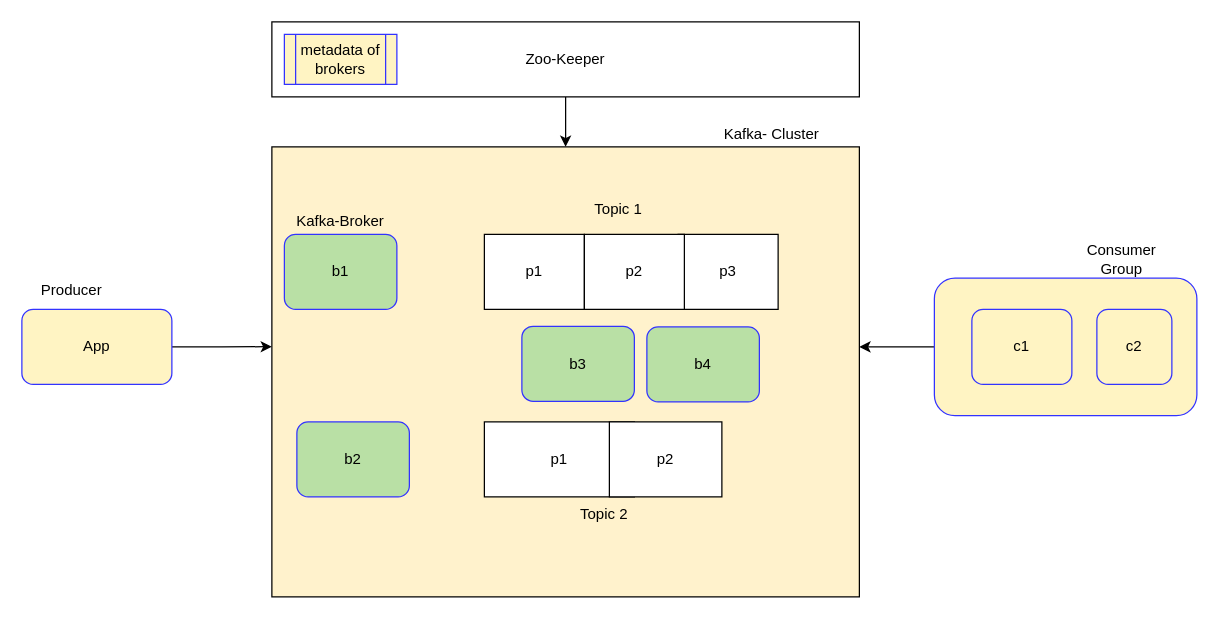
The draw.io diagram page "Page-5" (5 of 6) of Untitled Diagram.drawio in avinash610jha/drawings, before the edit. Source tidied: cells renumbered, new cells numbered last; positions are measured from the earlier drawing's top-left corner, leaving out a move shared by most shapes. Both pictures are drawn from the tidied source at 125%, with x=0, y=0 at pixel (21, 21).
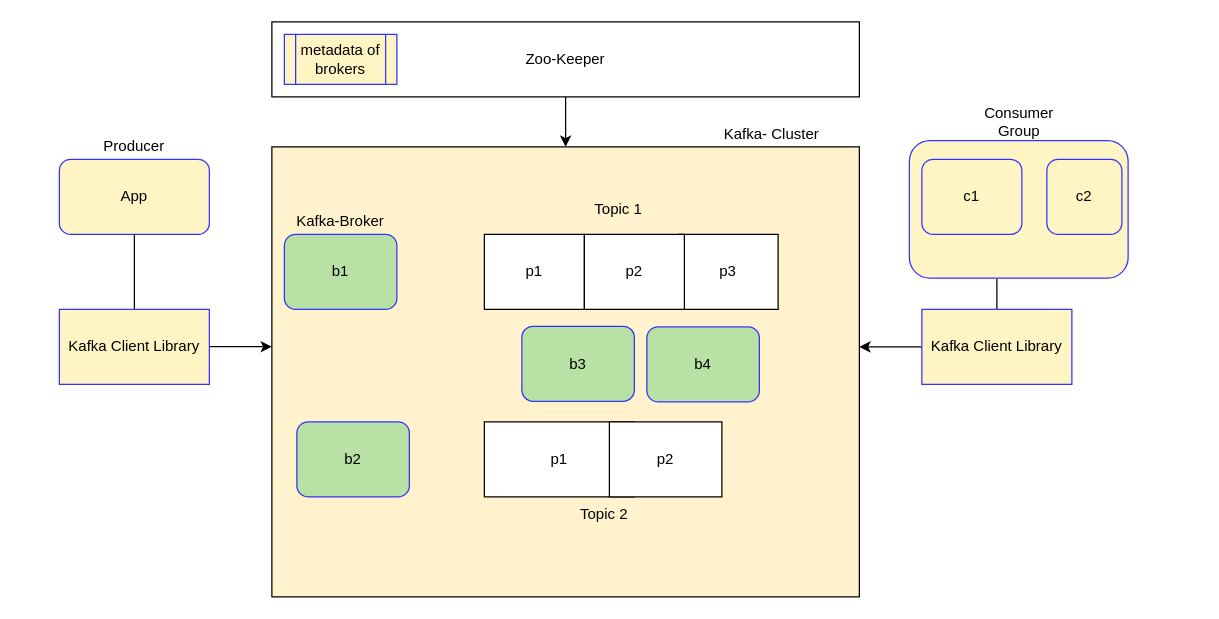
The same page after the edit.

The change refers to these unchanged cells:
```xml
<mxCell id="2" value="&lt;br&gt;&lt;br&gt;" style="rounded=0;whiteSpace=wrap;html=1;fillColor=#FFF2CC;" parent="1" vertex="1">
  <mxGeometry x="200" y="100" width="470" height="360" as="geometry" />
</mxCell>
```

The edit, as a diff of the source:
```diff
@@
     <mxCell id="19" style="edgeStyle=orthogonalEdgeStyle;rounded=0;jettySize=auto;html=1;entryX=0;entryY=0.444;entryDx=0;entryDy=0;entryPerimeter=0;" parent="1" edge="1" source="20" target="2">
-      <mxGeometry relative="1" as="geometry" />
+      <mxGeometry relative="1" as="geometry">
+        <Array as="points">
+          <mxPoint x="90" y="260" />
+        </Array>
+      </mxGeometry>
     </mxCell>
     <mxCell id="20" value="App" style="rounded=1;whiteSpace=wrap;html=1;strokeColor=#3333FF;fillColor=#FFF4C3;" parent="1" vertex="1">
-      <mxGeometry y="230" width="120" height="60" as="geometry" />
+      <mxGeometry x="30" y="110" width="120" height="60" as="geometry" />
     </mxCell>
     <mxCell id="21" style="edgeStyle=orthogonalEdgeStyle;rounded=0;jettySize=auto;html=1;" parent="1" edge="1" source="22">
       <mxGeometry relative="1" as="geometry">
         <mxPoint x="670" y="260" as="targetPoint" />
+        <Array as="points">
+          <mxPoint x="780" y="115" />
+          <mxPoint x="780" y="260" />
+        </Array>
       </mxGeometry>
     </mxCell>
     <mxCell id="22" style="rounded=1;whiteSpace=wrap;html=1;strokeColor=#3333FF;fillColor=#FFF4C3;" parent="1" vertex="1">
-      <mxGeometry x="730" y="205" width="210" height="110" as="geometry" />
+      <mxGeometry x="710" y="95" width="175" height="110" as="geometry" />
     </mxCell>
     <mxCell id="23" value="c1" style="rounded=1;whiteSpace=wrap;html=1;strokeColor=#3333FF;fillColor=#FFF4C3;" parent="1" vertex="1">
-      <mxGeometry x="760" y="230" width="80" height="60" as="geometry" />
+      <mxGeometry x="720" y="110" width="80" height="60" as="geometry" />
     </mxCell>
     <mxCell id="24" value="c2" style="rounded=1;whiteSpace=wrap;html=1;strokeColor=#3333FF;fillColor=#FFF4C3;" parent="1" vertex="1">
-      <mxGeometry x="860" y="230" width="60" height="60" as="geometry" />
+      <mxGeometry x="820" y="110" width="60" height="60" as="geometry" />
     </mxCell>
     <mxCell id="25" value="Consumer Group" style="text;html=1;strokeColor=none;fillColor=none;align=center;verticalAlign=middle;whiteSpace=wrap;rounded=0;" parent="1" vertex="1">
-      <mxGeometry x="850" y="180" width="60" height="20" as="geometry" />
+      <mxGeometry x="767.5" y="70" width="60" height="20" as="geometry" />
     </mxCell>
     <mxCell id="26" value="Producer" style="text;html=1;strokeColor=none;fillColor=none;align=center;verticalAlign=middle;whiteSpace=wrap;rounded=0;" parent="1" vertex="1">
-      <mxGeometry x="20" y="205" width="40" height="20" as="geometry" />
+      <mxGeometry x="70" y="90" width="40" height="20" as="geometry" />
     </mxCell>
+    <mxCell id="27" value="Kafka Client Library" style="rounded=0;whiteSpace=wrap;html=1;strokeColor=#3333FF;fillColor=#FFF4C3;" parent="1" vertex="1">
+      <mxGeometry x="30" y="230" width="120" height="60" as="geometry" />
+    </mxCell>
+    <mxCell id="28" value="Kafka Client Library" style="rounded=0;whiteSpace=wrap;html=1;strokeColor=#3333FF;fillColor=#FFF4C3;" parent="1" vertex="1">
+      <mxGeometry x="720" y="230" width="120" height="60" as="geometry" />
+    </mxCell>
```
